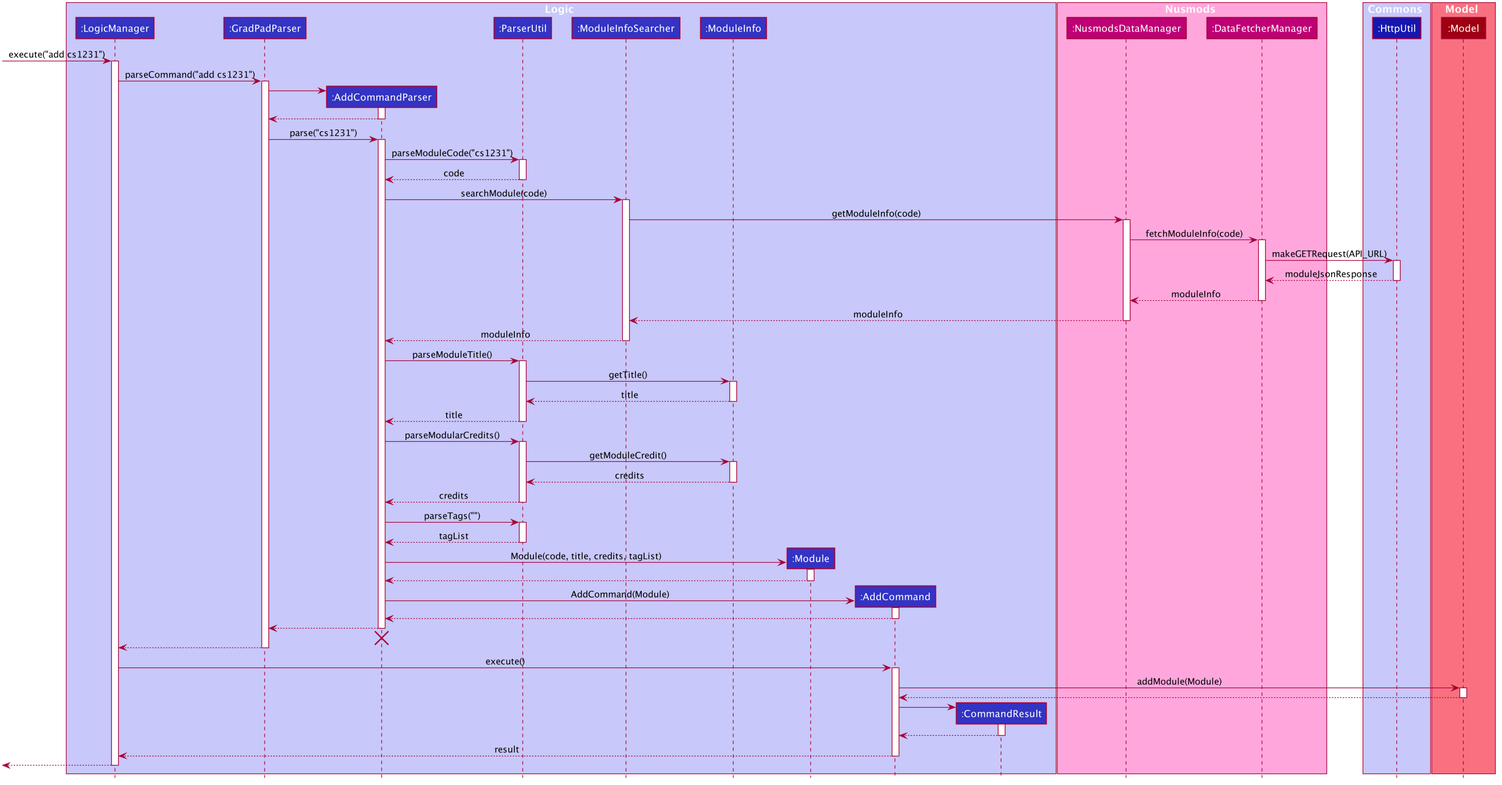
The PlantUML diagram docs/images/AddSequenceDiagram.png in yan-soon/tp, before a commit.
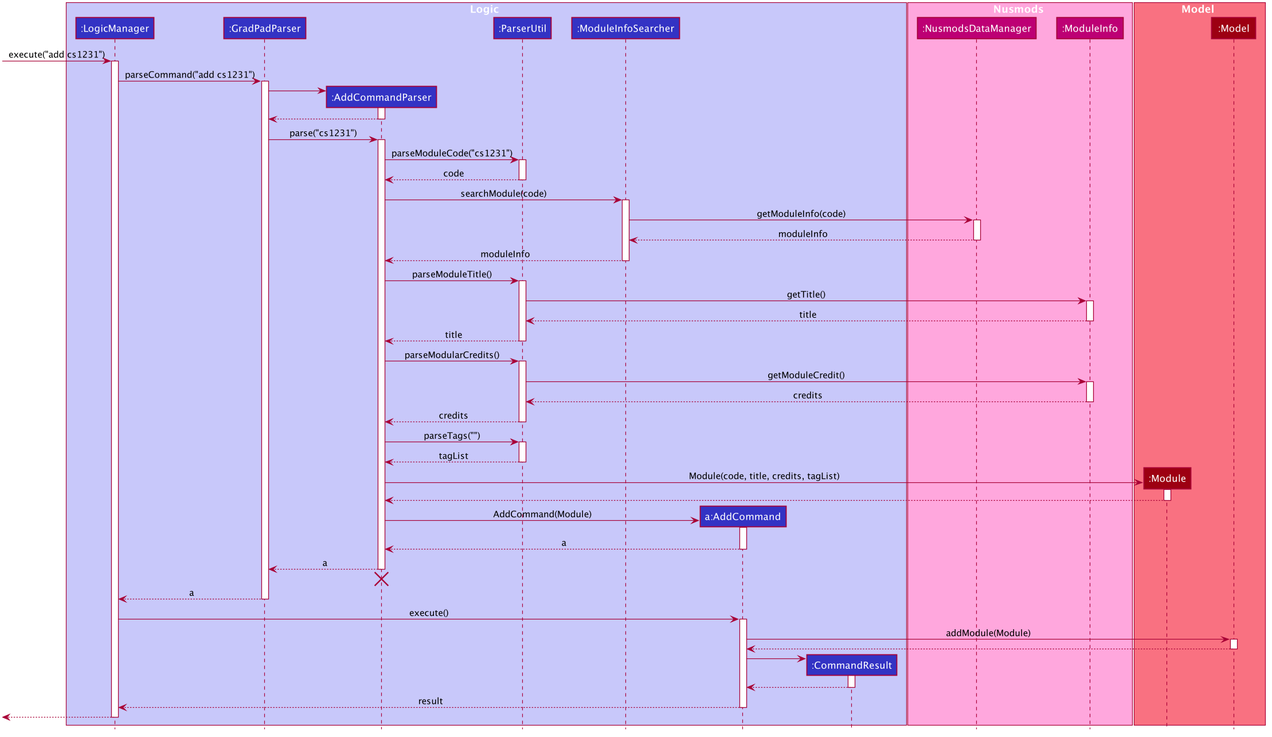
After the change.

Commit message:
Update sequence diagrams

Change to the diagram source:
```diff
@@ -55,22 +55,17 @@
 participant ":AddCommandParser" as AddCommandParser #3333C4
 participant ":ParserUtil" as ParserUtil #3333C4
 participant ":ModuleInfoSearcher" as ModuleInfoSearcher #3333C4
-participant ":ModuleInfo" as ModuleInfo #3333C4
-participant ":Module" as Module #3333C4
-participant ":AddCommand" as AddCommand #3333C4
+participant "a:AddCommand" as AddCommand #3333C4
 participant ":CommandResult" as CommandResult #3333C4
 end box
 
 box Nusmods #FFA7DD
 participant ":NusmodsDataManager" as NusmodsDataManager #BD0074
-participant ":DataFetcherManager" as DataFetcherManager #BD0074
-end box
-
-box Commons #C8C8FA
-participant ":HttpUtil" as HttpUtil #1616B0
+participant ":ModuleInfo" as ModuleInfo #BD0074
 end box
 
 box Model #F97181
+participant ":Module" as Module #9D0012
 participant ":Model" as Model #9D0012
 end box
 
@@ -101,18 +96,6 @@
 
 ModuleInfoSearcher -> NusmodsDataManager : getModuleInfo(code)
 activate NusmodsDataManager
-
-NusmodsDataManager -> DataFetcherManager : fetchModuleInfo(code)
-activate DataFetcherManager
-
-DataFetcherManager -> HttpUtil : makeGETRequest(API_URL)
-activate HttpUtil
-
-HttpUtil --> DataFetcherManager : moduleJsonResponse
-deactivate HttpUtil
-
-DataFetcherManager --> NusmodsDataManager : moduleInfo
-deactivate DataFetcherManager
 
 NusmodsDataManager --> ModuleInfoSearcher : moduleInfo
 deactivate NusmodsDataManager
@@ -161,15 +144,15 @@
 AddCommandParser -> AddCommand : AddCommand(Module)
 activate AddCommand
 
-AddCommand --> AddCommandParser :
+AddCommand --> AddCommandParser : a
 deactivate AddCommand
 
-AddCommandParser --> GradPadParser :
+AddCommandParser --> GradPadParser : a
 deactivate AddCommandParser
 AddCommandParser -[hidden]-> GradPadParser
 destroy AddCommandParser
 
-GradPadParser --> LogicManager :
+GradPadParser --> LogicManager : a
 deactivate GradPadParser
 
 LogicManager -> AddCommand : execute()
```
